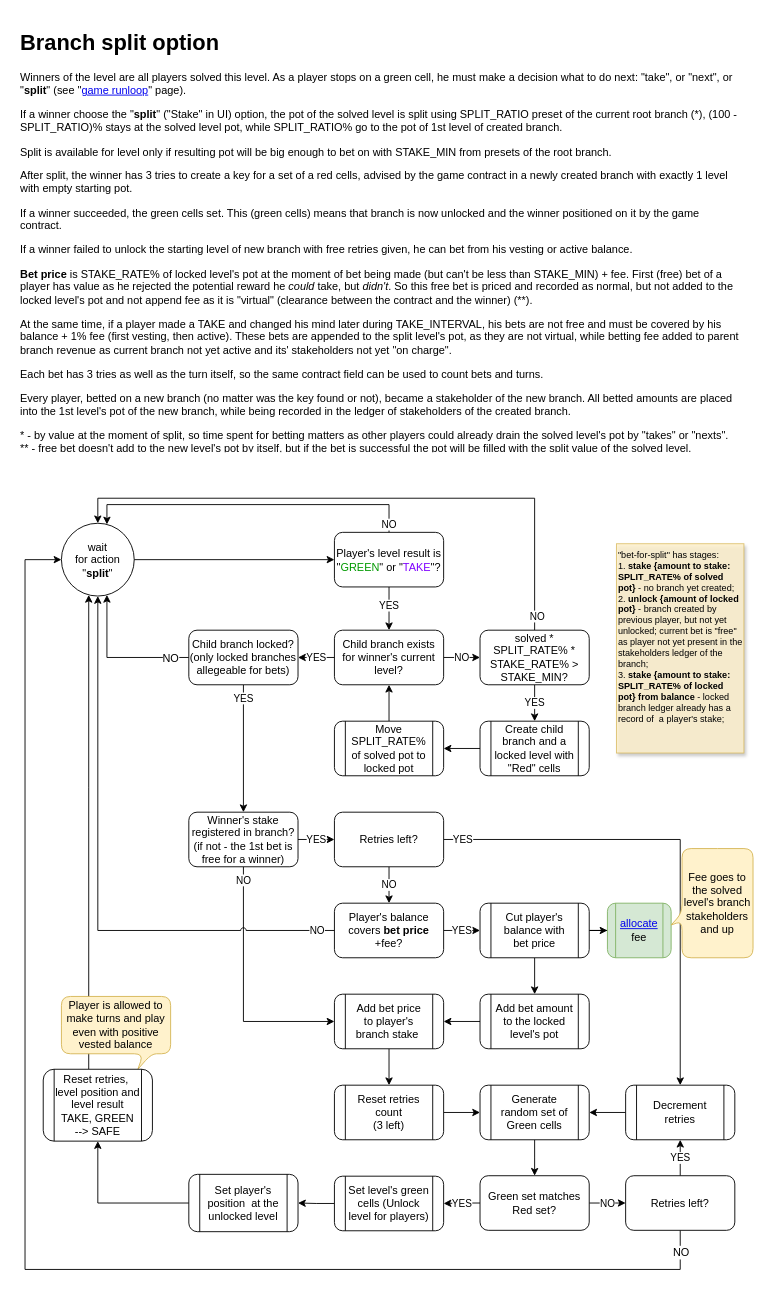
Earlier version of the draw.io diagram page "split" (6 of 13) of ia/WOFFLER IA.drawio (cptn-solo/woffler_contract). Source tidied: cells renumbered, new cells numbered last; positions are measured from the earlier drawing's top-left corner, leaving out a move shared by most shapes. Both pictures are drawn from the tidied source at 91%, with x=0, y=0 at pixel (15, 25).
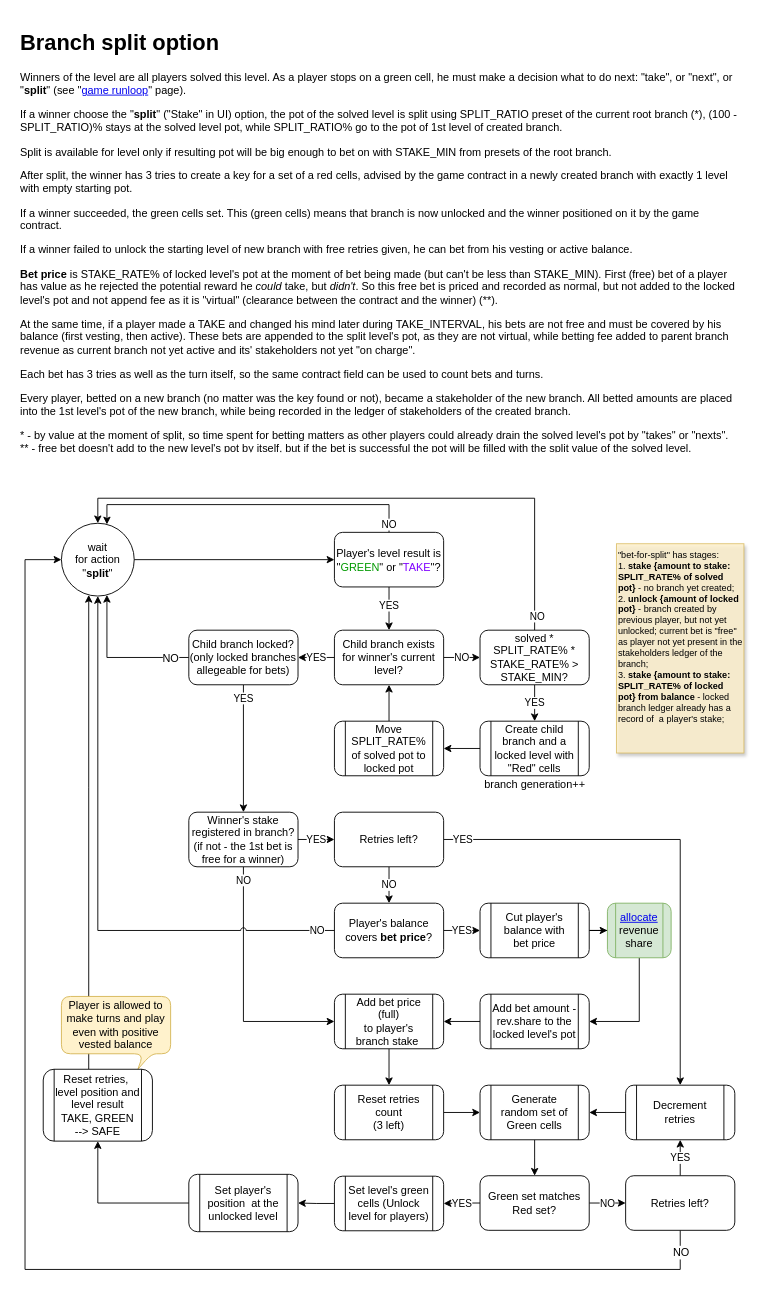
After the change.

Unchanged cells that the change refers to:
```xml
<mxCell id="43" value="Cut player's&lt;br&gt;balance with&lt;br&gt;bet price &lt;br&gt;" style="shape=process;rounded=1;whiteSpace=wrap;html=1;shadow=0;glass=0;strokeColor=#000000;align=center;" parent="1" vertex="1">
  <mxGeometry x="510" y="965" width="120" height="60" as="geometry" />
</mxCell>
```

The edit, as a diff of the source:
```diff
@@
-    <mxCell id="2" value="&lt;h1&gt;Branch split option&lt;/h1&gt;&lt;p&gt;Winners of the level are all players solved this level. As a player stops on a green cell, he must make a decision what to do next: &quot;take&quot;, or &quot;next&quot;, or &quot;&lt;b&gt;split&lt;/b&gt;&quot; (see &quot;&lt;a href=&quot;data:page/id,O1V7MM8kmqVnGa7AAgRO&quot;&gt;game runloop&lt;/a&gt;&quot; page).&lt;br&gt;&lt;/p&gt;&lt;p&gt;If a winner choose the &quot;&lt;b&gt;split&lt;/b&gt;&quot; (&quot;Stake&quot; in UI) option, the pot of the solved level is split using SPLIT_RATIO preset of the current root branch (*), (100 - SPLIT_RATIO)% stays at the solved level pot, while SPLIT_RATIO% go to the pot of 1st level of created branch.&lt;/p&gt;&lt;p&gt;Split is available for level only if resulting pot will be big enough to bet on with STAKE_MIN from presets of the root branch.&amp;nbsp;&lt;/p&gt;&lt;p&gt;After split, the winner has 3 tries to create a key for a set of a red cells, advised by the game contract in a newly created branch with exactly 1 level with empty starting pot.&amp;nbsp;&lt;/p&gt;&lt;p&gt;If a winner succeeded, the green cells set. This (green cells) means that branch is now unlocked and the winner positioned on it by the game contract.&amp;nbsp;&lt;/p&gt;&lt;p&gt;If a winner failed to unlock the starting level of new branch with free retries given, he can bet from his vesting or active balance.&amp;nbsp;&lt;/p&gt;&lt;p&gt;&lt;b&gt;Bet price&lt;/b&gt; is STAKE_RATE% of locked level's pot at the moment of bet being made (but can't be less than STAKE_MIN) + fee. First (free) bet of a player has value as he rejected the potential reward he &lt;i&gt;could&lt;/i&gt; take, but &lt;i&gt;didn't&lt;/i&gt;. So this free bet is priced and recorded as normal, but not added to the locked level's pot and not append fee as it is &quot;virtual&quot; (clearance between the contract and the winner) (**).&lt;/p&gt;&lt;p&gt;At the same time, if a player made a TAKE and changed his mind later during TAKE_INTERVAL, his bets are not free and must be covered by his balance + 1% fee (first vesting, then active). These bets are appended to the split level's pot, as they are not virtual, while betting fee added to parent branch revenue as current branch not yet active and its' stakeholders not yet &quot;on charge&quot;.&lt;/p&gt;&lt;p&gt;Each bet has 3 tries as well as the turn itself, so the same contract field can be used to count bets and turns.&lt;/p&gt;&lt;p&gt;&lt;span&gt;Every player, betted on a new branch (no matter was the key found or not), became a stakeholder of the new branch. All betted amounts are placed into the 1st level's pot of the new branch, while being recorded in the ledger of stakeholders of the created branch.&amp;nbsp;&lt;/span&gt;&lt;/p&gt;&lt;p&gt;&lt;/p&gt;* - by value at the moment of split, so time spent for betting matters as other players could already drain the solved level's pot by &quot;takes&quot; or &quot;nexts&quot;.&lt;br&gt;** - free bet doesn't add to the new level's pot by itself, but if the bet is successful the pot will be filled with the split value of the solved level.&amp;nbsp;&lt;br&gt;" style="text;html=1;strokeColor=none;fillColor=none;spacing=5;spacingTop=-20;whiteSpace=wrap;overflow=hidden;rounded=0;shadow=0;glass=0;dashed=1;dashPattern=1 1;align=left;" parent="1" vertex="1">
+    <mxCell id="2" value="&lt;h1&gt;Branch split option&lt;/h1&gt;&lt;p&gt;Winners of the level are all players solved this level. As a player stops on a green cell, he must make a decision what to do next: &quot;take&quot;, or &quot;next&quot;, or &quot;&lt;b&gt;split&lt;/b&gt;&quot; (see &quot;&lt;a href=&quot;data:page/id,O1V7MM8kmqVnGa7AAgRO&quot;&gt;game runloop&lt;/a&gt;&quot; page).&lt;br&gt;&lt;/p&gt;&lt;p&gt;If a winner choose the &quot;&lt;b&gt;split&lt;/b&gt;&quot; (&quot;Stake&quot; in UI) option, the pot of the solved level is split using SPLIT_RATIO preset of the current root branch (*), (100 - SPLIT_RATIO)% stays at the solved level pot, while SPLIT_RATIO% go to the pot of 1st level of created branch.&lt;/p&gt;&lt;p&gt;Split is available for level only if resulting pot will be big enough to bet on with STAKE_MIN from presets of the root branch.&amp;nbsp;&lt;/p&gt;&lt;p&gt;After split, the winner has 3 tries to create a key for a set of a red cells, advised by the game contract in a newly created branch with exactly 1 level with empty starting pot.&amp;nbsp;&lt;/p&gt;&lt;p&gt;If a winner succeeded, the green cells set. This (green cells) means that branch is now unlocked and the winner positioned on it by the game contract.&amp;nbsp;&lt;/p&gt;&lt;p&gt;If a winner failed to unlock the starting level of new branch with free retries given, he can bet from his vesting or active balance.&amp;nbsp;&lt;/p&gt;&lt;p&gt;&lt;b&gt;Bet price&lt;/b&gt; is STAKE_RATE% of locked level's pot at the moment of bet being made (but can't be less than STAKE_MIN). First (free) bet of a player has value as he rejected the potential reward he &lt;i&gt;could&lt;/i&gt; take, but &lt;i&gt;didn't&lt;/i&gt;. So this free bet is priced and recorded as normal, but not added to the locked level's pot and not append fee as it is &quot;virtual&quot; (clearance between the contract and the winner) (**).&lt;/p&gt;&lt;p&gt;At the same time, if a player made a TAKE and changed his mind later during TAKE_INTERVAL, his bets are not free and must be covered by his balance (first vesting, then active). These bets are appended to the split level's pot, as they are not virtual, while betting fee added to parent branch revenue as current branch not yet active and its' stakeholders not yet &quot;on charge&quot;.&lt;/p&gt;&lt;p&gt;Each bet has 3 tries as well as the turn itself, so the same contract field can be used to count bets and turns.&lt;/p&gt;&lt;p&gt;&lt;span&gt;Every player, betted on a new branch (no matter was the key found or not), became a stakeholder of the new branch. All betted amounts are placed into the 1st level's pot of the new branch, while being recorded in the ledger of stakeholders of the created branch.&amp;nbsp;&lt;/span&gt;&lt;/p&gt;&lt;p&gt;&lt;/p&gt;* - by value at the moment of split, so time spent for betting matters as other players could already drain the solved level's pot by &quot;takes&quot; or &quot;nexts&quot;.&lt;br&gt;** - free bet doesn't add to the new level's pot by itself, but if the bet is successful the pot will be filled with the split value of the solved level.&amp;nbsp;&lt;br&gt;" style="text;html=1;strokeColor=none;fillColor=none;spacing=5;spacingTop=-20;whiteSpace=wrap;overflow=hidden;rounded=0;shadow=0;glass=0;dashed=1;dashPattern=1 1;align=left;" parent="1" vertex="1">
       <mxGeometry width="800" height="470" as="geometry" />
     </mxCell>
@@
-    <mxCell id="18" value="Add bet amount to the locked level's pot" style="shape=process;rounded=1;whiteSpace=wrap;html=1;shadow=0;glass=0;strokeColor=#000000;align=center;" parent="1" vertex="1">
+    <mxCell id="18" value="Add bet amount -rev.share to the locked level's pot" style="shape=process;rounded=1;whiteSpace=wrap;html=1;shadow=0;glass=0;strokeColor=#000000;align=center;" parent="1" vertex="1">
       <mxGeometry x="510" y="1065" width="120" height="60" as="geometry" />
     </mxCell>
@@
-    <mxCell id="20" value="Add bet price&lt;br&gt;to player's branch stake&amp;nbsp;" style="shape=process;rounded=1;whiteSpace=wrap;html=1;shadow=0;glass=0;strokeColor=#000000;align=center;" parent="1" vertex="1">
+    <mxCell id="20" value="Add bet price (full)&lt;br&gt;to player's branch stake&amp;nbsp;" style="shape=process;rounded=1;whiteSpace=wrap;html=1;shadow=0;glass=0;strokeColor=#000000;align=center;" parent="1" vertex="1">
       <mxGeometry x="350" y="1065" width="120" height="60" as="geometry" />
     </mxCell>
@@
-    <mxCell id="41" style="edgeStyle=orthogonalEdgeStyle;rounded=0;jettySize=auto;html=1;endArrow=classic;endFill=1;align=center;" parent="1" edge="1" source="43" target="18">
-      <mxGeometry relative="1" as="geometry" />
+    <mxCell id="41" style="edgeStyle=orthogonalEdgeStyle;rounded=0;jettySize=auto;html=1;endArrow=classic;endFill=1;align=center;" parent="1" edge="1" source="44" target="18">
+      <mxGeometry relative="1" as="geometry">
+        <Array as="points">
+          <mxPoint x="685" y="1095" />
+        </Array>
+      </mxGeometry>
     </mxCell>
@@
-    <mxCell id="44" value="&lt;a href=&quot;data:page/id,J4QovUjZuFeeXE9WnE4x&quot;&gt;allocate&lt;/a&gt;&lt;br&gt;fee&lt;br&gt;" style="shape=process;rounded=1;whiteSpace=wrap;html=1;shadow=0;glass=0;strokeColor=#82b366;align=center;fillColor=#d5e8d4;" parent="1" vertex="1">
+    <mxCell id="44" value="&lt;a href=&quot;data:page/id,J4QovUjZuFeeXE9WnE4x&quot;&gt;allocate&lt;/a&gt;&lt;br&gt;revenue share&lt;br&gt;" style="shape=process;rounded=1;whiteSpace=wrap;html=1;shadow=0;glass=0;strokeColor=#82b366;align=center;fillColor=#d5e8d4;" parent="1" vertex="1">
       <mxGeometry x="650" y="965" width="70" height="60" as="geometry" />
     </mxCell>
@@
-    <mxCell id="46" value="Player's balance covers &lt;b&gt;bet price &lt;/b&gt;+fee?&lt;br&gt;" style="rounded=1;whiteSpace=wrap;html=1;shadow=0;glass=0;strokeColor=#000000;align=center;" parent="1" vertex="1">
+    <mxCell id="46" value="Player's balance covers &lt;b&gt;bet price&lt;/b&gt;?&lt;br&gt;" style="rounded=1;whiteSpace=wrap;html=1;shadow=0;glass=0;strokeColor=#000000;align=center;" parent="1" vertex="1">
       <mxGeometry x="350" y="965" width="120" height="60" as="geometry" />
     </mxCell>
@@
-    <mxCell id="61" value="Fee goes to the solved level's branch stakeholders and up" style="shape=callout;whiteSpace=wrap;html=1;perimeter=calloutPerimeter;position2=0.7;size=12;position=0.59;rounded=1;fillColor=#fff2cc;strokeColor=#d6b656;base=9;direction=south;" parent="1" vertex="1">
-      <mxGeometry x="720" y="905" width="90" height="120" as="geometry" />
-    </mxCell>
+    <mxCell id="62" value="branch generation++" style="text;html=1;align=center;verticalAlign=top;spacingTop=-4;fontColor=#000000;" parent="1" vertex="1">
+      <mxGeometry x="505" y="825" width="130" height="20" as="geometry" />
+    </mxCell>
```
